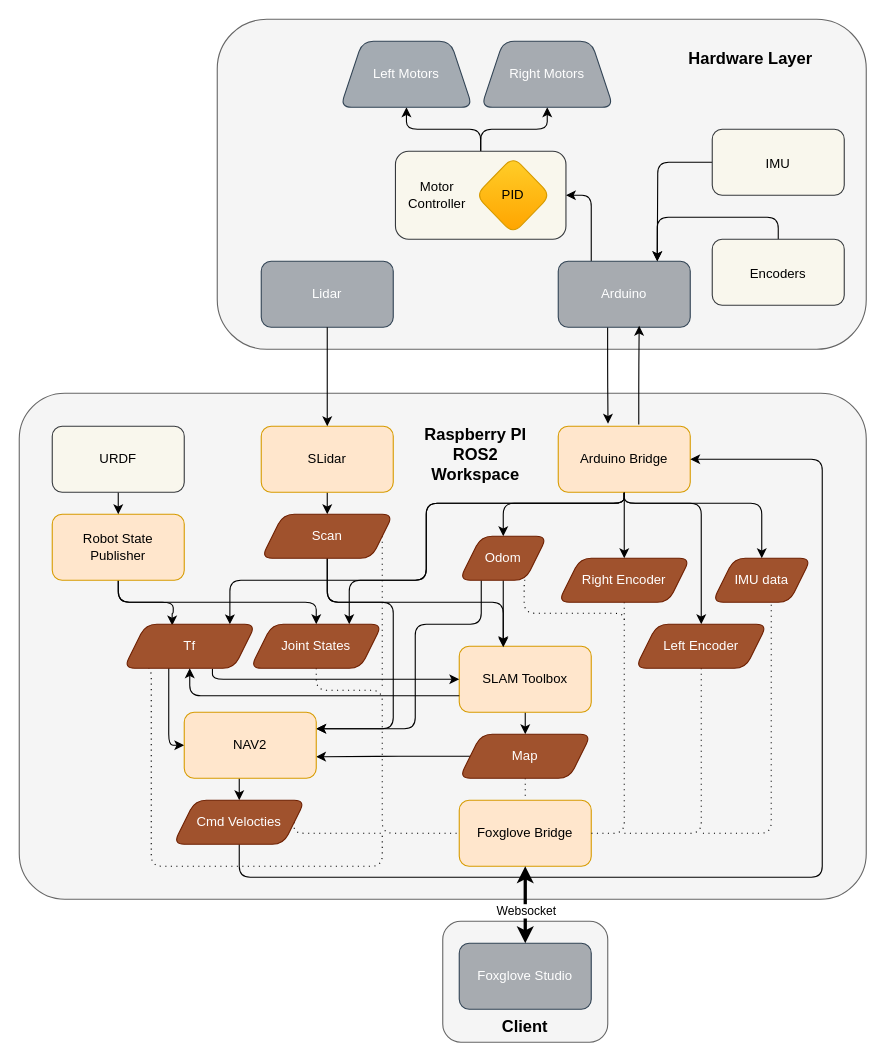
Earlier version of the draw.io diagram ROSworkspaceOverview.drawio (Gab1575/MREN203_Group9). Source tidied: cells renumbered, new cells numbered last; positions are measured from the earlier drawing's top-left corner, leaving out a move shared by most shapes. Both pictures are drawn from the tidied source at 110%, with x=0, y=0 at pixel (19, 19).
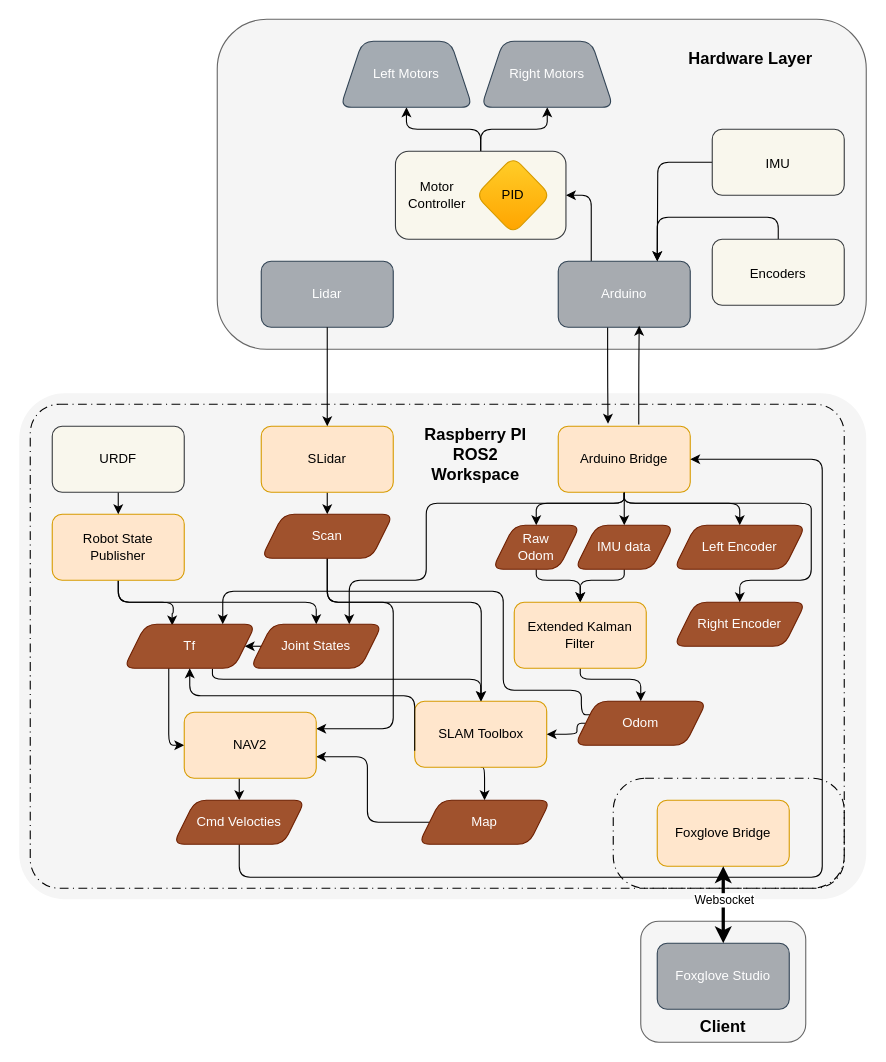
Above is the later version.

Unchanged cells that the change refers to:
```xml
<mxCell id="16" value="Arduino Bridge" style="rounded=1;whiteSpace=wrap;html=1;fillColor=#ffe6cc;strokeColor=#d79b00;" parent="1" vertex="1">
  <mxGeometry x="490" y="370" width="120" height="60" as="geometry" />
</mxCell>
<mxCell id="34" value="Joint States" style="shape=parallelogram;perimeter=parallelogramPerimeter;whiteSpace=wrap;html=1;fixedSize=1;fillColor=#a0522d;fontColor=#ffffff;strokeColor=#6D1F00;rounded=1;" parent="1" vertex="1">
  <mxGeometry x="210" y="550" width="120" height="40" as="geometry" />
</mxCell>
<mxCell id="41" value="Tf" style="shape=parallelogram;perimeter=parallelogramPerimeter;whiteSpace=wrap;html=1;fixedSize=1;fillColor=#a0522d;fontColor=#ffffff;strokeColor=#6D1F00;rounded=1;" parent="1" vertex="1">
  <mxGeometry x="95" y="550" width="120" height="40" as="geometry" />
</mxCell>
<mxCell id="45" value="Scan" style="shape=parallelogram;perimeter=parallelogramPerimeter;whiteSpace=wrap;html=1;fixedSize=1;fillColor=#a0522d;fontColor=#ffffff;strokeColor=#6D1F00;rounded=1;" parent="1" vertex="1">
  <mxGeometry x="220" y="450" width="120" height="40" as="geometry" />
</mxCell>
<mxCell id="55" style="edgeStyle=orthogonalEdgeStyle;rounded=1;jettySize=auto;html=1;exitX=0.5;exitY=1;exitDx=0;exitDy=0;strokeWidth=3;startArrow=classic;startFill=1;" parent="1" edge="1" source="22" target="53">
  <mxGeometry relative="1" as="geometry" />
</mxCell>
<mxCell id="70" value="NAV2" style="rounded=1;whiteSpace=wrap;html=1;fillColor=#ffe6cc;strokeColor=#d79b00;" parent="1" vertex="1">
  <mxGeometry x="150" y="630" width="120" height="60" as="geometry" />
</mxCell>
<mxCell id="73" value="Cmd Velocties" style="shape=parallelogram;perimeter=parallelogramPerimeter;whiteSpace=wrap;html=1;fixedSize=1;fillColor=#a0522d;fontColor=#ffffff;strokeColor=#6D1F00;rounded=1;" parent="1" vertex="1">
  <mxGeometry x="140" y="710" width="120" height="40" as="geometry" />
</mxCell>
```

The edit, as a diff of the source:
```diff
@@
-    <mxCell id="2" style="rounded=1;whiteSpace=wrap;html=1;fillColor=#f5f5f5;fontColor=#333333;strokeColor=#666666;arcSize=9;" parent="1" vertex="1">
+    <mxCell id="2" style="rounded=1;whiteSpace=wrap;html=1;fillColor=#f5f5f5;fontColor=#333333;strokeColor=none;arcSize=9;" parent="1" vertex="1">
       <mxGeometry y="340" width="770" height="460" as="geometry" />
     </mxCell>
@@
     <mxCell id="10" style="edgeStyle=orthogonalEdgeStyle;rounded=1;jettySize=auto;html=1;exitX=0.5;exitY=1;exitDx=0;exitDy=0;entryX=0.5;entryY=0;entryDx=0;entryDy=0;" parent="1" edge="1" source="16" target="26">
       <mxGeometry x="-0.12" y="20" relative="1" as="geometry">
         <Array as="points">
           <mxPoint x="550" y="440" />
-          <mxPoint x="440" y="440" />
+          <mxPoint x="470" y="440" />
         </Array>
       </mxGeometry>
     </mxCell>
     <mxCell id="11" style="edgeStyle=orthogonalEdgeStyle;rounded=1;jettySize=auto;html=1;exitX=0.5;exitY=1;exitDx=0;exitDy=0;entryX=0.5;entryY=0;entryDx=0;entryDy=0;" parent="1" edge="1" source="16" target="30">
       <mxGeometry relative="1" as="geometry">
         <Array as="points">
           <mxPoint x="550" y="440" />
-          <mxPoint x="620" y="440" />
+          <mxPoint x="655" y="440" />
         </Array>
       </mxGeometry>
     </mxCell>
     <mxCell id="12" style="edgeStyle=orthogonalEdgeStyle;rounded=1;jettySize=auto;html=1;exitX=0.5;exitY=1;exitDx=0;exitDy=0;entryX=0.5;entryY=0;entryDx=0;entryDy=0;" parent="1" edge="1" source="16" target="32">
       <mxGeometry relative="1" as="geometry">
         <Array as="points">
-          <mxPoint x="550" y="440" />
-          <mxPoint x="675" y="440" />
+          <mxPoint x="550" y="460" />
         </Array>
       </mxGeometry>
     </mxCell>
@@
-    <mxCell id="14" style="edgeStyle=orthogonalEdgeStyle;rounded=1;jettySize=auto;html=1;exitX=0.5;exitY=1;exitDx=0;exitDy=0;entryX=0.804;entryY=0.002;entryDx=0;entryDy=0;entryPerimeter=0;" parent="1" edge="1" source="16" target="41">
-      <mxGeometry relative="1" as="geometry">
-        <Array as="points">
-          <mxPoint x="550" y="440" />
-          <mxPoint x="370" y="440" />
-          <mxPoint x="370" y="510" />
-          <mxPoint x="192" y="510" />
-        </Array>
-      </mxGeometry>
-    </mxCell>
@@
     <mxCell id="17" style="edgeStyle=orthogonalEdgeStyle;rounded=1;jettySize=auto;html=1;exitX=0.5;exitY=1;exitDx=0;exitDy=0;" parent="1" edge="1" source="18" target="37">
-      <mxGeometry relative="1" as="geometry" />
+      <mxGeometry relative="1" as="geometry">
+        <Array as="points">
+          <mxPoint x="423" y="680" />
+        </Array>
+      </mxGeometry>
     </mxCell>
     <mxCell id="18" value="SLAM Toolbox" style="rounded=1;whiteSpace=wrap;html=1;fillColor=#ffe6cc;strokeColor=#d79b00;" parent="1" vertex="1">
-      <mxGeometry x="400" y="570" width="120" height="60" as="geometry" />
+      <mxGeometry x="359.5" y="620" width="120" height="60" as="geometry" />
     </mxCell>
@@
     <mxCell id="22" value="Foxglove Bridge" style="rounded=1;whiteSpace=wrap;html=1;fillColor=#ffe6cc;strokeColor=#d79b00;" parent="1" vertex="1">
-      <mxGeometry x="400" y="710" width="120" height="60" as="geometry" />
+      <mxGeometry x="580" y="710" width="120" height="60" as="geometry" />
     </mxCell>
-    <mxCell id="23" style="edgeStyle=orthogonalEdgeStyle;rounded=1;jettySize=auto;html=1;exitX=0.5;exitY=1;exitDx=0;exitDy=0;" parent="1" edge="1" source="26">
-      <mxGeometry relative="1" as="geometry">
-        <mxPoint x="440" y="571" as="targetPoint" />
-        <Array as="points">
-          <mxPoint x="440" y="540" />
-          <mxPoint x="440" y="540" />
-        </Array>
-      </mxGeometry>
-    </mxCell>
-    <mxCell id="24" style="edgeStyle=orthogonalEdgeStyle;rounded=1;jettySize=auto;html=1;exitX=0.75;exitY=1;exitDx=0;exitDy=0;dashed=1;dashPattern=1 4;endArrow=none;endFill=0;" parent="1" edge="1" source="26">
-      <mxGeometry relative="1" as="geometry">
-        <mxPoint x="550" y="550" as="targetPoint" />
-        <Array as="points">
-          <mxPoint x="459" y="510" />
-          <mxPoint x="459" y="540" />
-          <mxPoint x="550" y="540" />
-        </Array>
-      </mxGeometry>
-    </mxCell>
-    <mxCell id="25" style="edgeStyle=orthogonalEdgeStyle;rounded=1;jettySize=auto;html=1;entryX=1;entryY=0.25;entryDx=0;entryDy=0;" parent="1" edge="1" target="70">
-      <mxGeometry relative="1" as="geometry">
-        <mxPoint x="420" y="510" as="sourcePoint" />
-        <Array as="points">
-          <mxPoint x="420" y="510" />
-          <mxPoint x="420" y="550" />
-          <mxPoint x="360" y="550" />
-          <mxPoint x="360" y="645" />
-        </Array>
-      </mxGeometry>
-    </mxCell>
+    <mxCell id="74" style="edgeStyle=orthogonalEdgeStyle;rounded=1;jettySize=auto;html=1;exitX=0.5;exitY=1;exitDx=0;exitDy=0;entryX=0.5;entryY=0;entryDx=0;entryDy=0;curved=0;" parent="1" edge="1" source="26" target="78">
+      <mxGeometry relative="1" as="geometry">
+        <Array as="points">
+          <mxPoint x="470" y="510" />
+          <mxPoint x="510" y="510" />
+        </Array>
+      </mxGeometry>
+    </mxCell>
-    <mxCell id="26" value="Odom" style="shape=parallelogram;perimeter=parallelogramPerimeter;whiteSpace=wrap;html=1;fixedSize=1;fillColor=#a0522d;fontColor=#ffffff;strokeColor=#6D1F00;rounded=1;" parent="1" vertex="1">
-      <mxGeometry x="400" y="470" width="80" height="40" as="geometry" />
+    <mxCell id="26" value="&lt;div&gt;Raw&lt;/div&gt;&lt;div&gt;Odom&lt;/div&gt;" style="shape=parallelogram;perimeter=parallelogramPerimeter;whiteSpace=wrap;html=1;fixedSize=1;fillColor=#a0522d;fontColor=#ffffff;strokeColor=#6D1F00;rounded=1;" parent="1" vertex="1">
+      <mxGeometry x="430" y="460" width="80" height="40" as="geometry" />
     </mxCell>
-    <mxCell id="27" style="edgeStyle=orthogonalEdgeStyle;rounded=1;jettySize=auto;html=1;exitX=0.5;exitY=1;exitDx=0;exitDy=0;entryX=1;entryY=0.5;entryDx=0;entryDy=0;dashed=1;dashPattern=1 4;endArrow=none;endFill=0;" parent="1" edge="1" source="28" target="22">
-      <mxGeometry relative="1" as="geometry">
-        <Array as="points">
-          <mxPoint x="550" y="740" />
-        </Array>
-      </mxGeometry>
-    </mxCell>
     <mxCell id="28" value="Right Encoder" style="shape=parallelogram;perimeter=parallelogramPerimeter;whiteSpace=wrap;html=1;fixedSize=1;fillColor=#a0522d;fontColor=#ffffff;strokeColor=#6D1F00;rounded=1;" parent="1" vertex="1">
-      <mxGeometry x="490" y="490" width="120" height="40" as="geometry" />
+      <mxGeometry x="595" y="530" width="120" height="40" as="geometry" />
     </mxCell>
-    <mxCell id="29" style="edgeStyle=orthogonalEdgeStyle;rounded=1;jettySize=auto;html=1;exitX=0.5;exitY=1;exitDx=0;exitDy=0;dashed=1;dashPattern=1 4;endArrow=none;endFill=0;" parent="1" edge="1" source="30">
-      <mxGeometry relative="1" as="geometry">
-        <mxPoint x="550" y="740" as="targetPoint" />
-        <Array as="points">
-          <mxPoint x="620" y="740" />
-        </Array>
-      </mxGeometry>
-    </mxCell>
     <mxCell id="30" value="Left Encoder" style="shape=parallelogram;perimeter=parallelogramPerimeter;whiteSpace=wrap;html=1;fixedSize=1;fillColor=#a0522d;fontColor=#ffffff;strokeColor=#6D1F00;rounded=1;" parent="1" vertex="1">
-      <mxGeometry x="560" y="550" width="120" height="40" as="geometry" />
+      <mxGeometry x="595" y="460" width="120" height="40" as="geometry" />
     </mxCell>
-    <mxCell id="31" style="edgeStyle=orthogonalEdgeStyle;rounded=1;jettySize=auto;html=1;exitX=0.596;exitY=0.93;exitDx=0;exitDy=0;dashed=1;dashPattern=1 4;exitPerimeter=0;startArrow=none;startFill=0;endArrow=none;endFill=0;" parent="1" edge="1" source="32">
-      <mxGeometry relative="1" as="geometry">
-        <mxPoint x="620" y="740" as="targetPoint" />
-        <Array as="points">
-          <mxPoint x="684" y="740" />
-        </Array>
-      </mxGeometry>
-    </mxCell>
+    <mxCell id="75" style="edgeStyle=orthogonalEdgeStyle;rounded=1;jettySize=auto;html=1;exitX=0.5;exitY=1;exitDx=0;exitDy=0;curved=0;" parent="1" edge="1" source="32">
+      <mxGeometry relative="1" as="geometry">
+        <mxPoint x="510" y="530" as="targetPoint" />
+        <Array as="points">
+          <mxPoint x="550" y="510" />
+          <mxPoint x="510" y="510" />
+        </Array>
+      </mxGeometry>
+    </mxCell>
     <mxCell id="32" value="IMU data" style="shape=parallelogram;perimeter=parallelogramPerimeter;whiteSpace=wrap;html=1;fixedSize=1;fillColor=#a0522d;fontColor=#ffffff;strokeColor=#6D1F00;rounded=1;" parent="1" vertex="1">
-      <mxGeometry x="630" y="490" width="90" height="40" as="geometry" />
+      <mxGeometry x="505" y="460" width="90" height="40" as="geometry" />
     </mxCell>
-    <mxCell id="33" style="edgeStyle=orthogonalEdgeStyle;rounded=1;jettySize=auto;html=1;exitX=0.5;exitY=1;exitDx=0;exitDy=0;entryX=0;entryY=0.5;entryDx=0;entryDy=0;dashed=1;dashPattern=1 4;endArrow=none;endFill=0;" parent="1" edge="1" source="34" target="22">
-      <mxGeometry relative="1" as="geometry">
-        <Array as="points">
-          <mxPoint x="270" y="610" />
-          <mxPoint x="330" y="610" />
-          <mxPoint x="330" y="740" />
-        </Array>
-      </mxGeometry>
-    </mxCell>
+    <mxCell id="76" style="edgeStyle=orthogonalEdgeStyle;rounded=0;jettySize=auto;html=1;exitX=0;exitY=0.5;exitDx=0;exitDy=0;entryX=1;entryY=0.5;entryDx=0;entryDy=0;" parent="1" edge="1" source="34" target="41">
+      <mxGeometry relative="1" as="geometry" />
+    </mxCell>
@@
-    <mxCell id="35" style="edgeStyle=orthogonalEdgeStyle;rounded=1;jettySize=auto;html=1;exitX=0.5;exitY=1;exitDx=0;exitDy=0;entryX=0.5;entryY=0;entryDx=0;entryDy=0;dashed=1;dashPattern=1 4;endArrow=none;endFill=0;" parent="1" edge="1" source="37" target="22">
-      <mxGeometry relative="1" as="geometry" />
-    </mxCell>
@@
-    <mxCell id="37" value="Map" style="shape=parallelogram;perimeter=parallelogramPerimeter;whiteSpace=wrap;html=1;fixedSize=1;fillColor=#a0522d;fontColor=#ffffff;strokeColor=#6D1F00;rounded=1;" parent="1" vertex="1">
-      <mxGeometry x="400" y="650" width="120" height="40" as="geometry" />
-    </mxCell>
@@
-    <mxCell id="39" style="edgeStyle=orthogonalEdgeStyle;rounded=1;jettySize=auto;html=1;exitX=0.147;exitY=0.978;exitDx=0;exitDy=0;dashed=1;dashPattern=1 4;exitPerimeter=0;endArrow=none;endFill=0;" parent="1" edge="1" source="41">
-      <mxGeometry relative="1" as="geometry">
-        <mxPoint x="330" y="740" as="targetPoint" />
-        <Array as="points">
-          <mxPoint x="120" y="589" />
-          <mxPoint x="120" y="770" />
-          <mxPoint x="330" y="770" />
-          <mxPoint x="330" y="740" />
-        </Array>
-      </mxGeometry>
-    </mxCell>
@@
     <mxCell id="42" style="edgeStyle=orthogonalEdgeStyle;rounded=1;jettySize=auto;html=1;exitX=0.5;exitY=1;exitDx=0;exitDy=0;" parent="1" edge="1" source="45">
       <mxGeometry relative="1" as="geometry">
-        <mxPoint x="440" y="570" as="targetPoint" />
+        <mxPoint x="420" y="620" as="targetPoint" />
         <Array as="points">
           <mxPoint x="280" y="530" />
-          <mxPoint x="440" y="530" />
-          <mxPoint x="440" y="570" />
+          <mxPoint x="420" y="530" />
         </Array>
       </mxGeometry>
     </mxCell>
-    <mxCell id="43" style="edgeStyle=orthogonalEdgeStyle;rounded=1;jettySize=auto;html=1;exitX=1;exitY=0.5;exitDx=0;exitDy=0;dashed=1;dashPattern=1 4;endArrow=none;endFill=0;" parent="1" edge="1" source="45">
-      <mxGeometry relative="1" as="geometry">
-        <mxPoint x="330" y="610" as="targetPoint" />
-      </mxGeometry>
-    </mxCell>
@@
     <mxCell id="48" style="endArrow=classic;html=1;rounded=1;exitX=0.5;exitY=1;exitDx=0;exitDy=0;entryX=0.5;entryY=0;entryDx=0;entryDy=0;" parent="1" edge="1" source="16" target="28">
-      <mxGeometry relative="1" as="geometry" />
+      <mxGeometry relative="1" as="geometry">
+        <Array as="points">
+          <mxPoint x="550" y="440" />
+          <mxPoint x="640" y="440" />
+          <mxPoint x="720" y="440" />
+          <mxPoint x="720" y="450" />
+          <mxPoint x="720" y="510" />
+          <mxPoint x="655" y="510" />
+        </Array>
+      </mxGeometry>
     </mxCell>
@@
     <mxCell id="52" style="rounded=1;whiteSpace=wrap;html=1;fillColor=#f5f5f5;fontColor=#333333;strokeColor=#666666;" parent="1" vertex="1">
-      <mxGeometry x="385" y="820" width="150" height="110" as="geometry" />
+      <mxGeometry x="565" y="820" width="150" height="110" as="geometry" />
     </mxCell>
     <mxCell id="53" value="Foxglove Studio" style="rounded=1;whiteSpace=wrap;html=1;fillColor=light-dark(#a7abb0, #7d8c9b);strokeColor=#314354;fontColor=#ffffff;" parent="1" vertex="1">
-      <mxGeometry x="400" y="840" width="120" height="60" as="geometry" />
+      <mxGeometry x="580" y="840" width="120" height="60" as="geometry" />
     </mxCell>
     <mxCell id="54" value="&lt;b&gt;&lt;font style=&quot;font-size: 15px;&quot;&gt;Client&lt;/font&gt;&lt;/b&gt;" style="text;html=1;whiteSpace=wrap;strokeColor=none;fillColor=none;align=center;verticalAlign=middle;rounded=1;" parent="1" vertex="1">
-      <mxGeometry x="400" y="900" width="120" height="30" as="geometry" />
+      <mxGeometry x="580" y="900" width="120" height="30" as="geometry" />
     </mxCell>
@@
     <mxCell id="56" value="Websocket" style="edgeLabel;html=1;align=center;verticalAlign=middle;rounded=1;" parent="55" vertex="1">
       <mxGeometry x="-0.04" relative="1" as="geometry">
-        <mxPoint y="6" as="offset" />
+        <mxPoint y="-4" as="offset" />
       </mxGeometry>
     </mxCell>
@@
-    <mxCell id="71" style="edgeStyle=orthogonalEdgeStyle;rounded=1;jettySize=auto;html=1;exitX=1;exitY=0.5;exitDx=0;exitDy=0;dashed=1;dashPattern=1 4;endArrow=none;endFill=0;" parent="1" edge="1" source="73">
-      <mxGeometry relative="1" as="geometry">
-        <mxPoint x="330" y="740" as="targetPoint" />
-        <Array as="points">
-          <mxPoint x="250" y="740" />
-        </Array>
-      </mxGeometry>
-    </mxCell>
@@
+    <mxCell id="77" style="rounded=1;jettySize=auto;html=1;exitX=0.5;exitY=1;exitDx=0;exitDy=0;entryX=0.5;entryY=0;entryDx=0;entryDy=0;edgeStyle=orthogonalEdgeStyle;curved=0;" parent="1" edge="1" source="78" target="82">
+      <mxGeometry relative="1" as="geometry">
+        <Array as="points">
+          <mxPoint x="510" y="600" />
+          <mxPoint x="565" y="600" />
+        </Array>
+      </mxGeometry>
+    </mxCell>
+    <mxCell id="78" value="Extended Kalman Filter" style="rounded=1;whiteSpace=wrap;html=1;fillColor=#ffe6cc;strokeColor=#d79b00;" parent="1" vertex="1">
+      <mxGeometry x="450" y="530" width="120" height="60" as="geometry" />
+    </mxCell>
+    <mxCell id="37" value="Map" style="shape=parallelogram;perimeter=parallelogramPerimeter;whiteSpace=wrap;html=1;fixedSize=1;fillColor=#a0522d;fontColor=#ffffff;strokeColor=#6D1F00;rounded=1;" parent="1" vertex="1">
+      <mxGeometry x="363" y="710" width="120" height="40" as="geometry" />
+    </mxCell>
+    <mxCell id="79" style="rounded=1;whiteSpace=wrap;html=1;fillColor=none;dashed=1;dashPattern=8 4 1 4;arcSize=6;" parent="1" vertex="1">
+      <mxGeometry x="10" y="350" width="740" height="440" as="geometry" />
+    </mxCell>
+    <mxCell id="80" style="edgeStyle=orthogonalEdgeStyle;rounded=1;jettySize=auto;html=1;exitX=0;exitY=0.25;exitDx=0;exitDy=0;entryX=0.75;entryY=0;entryDx=0;entryDy=0;curved=0;" parent="1" edge="1" source="82" target="41">
+      <mxGeometry relative="1" as="geometry">
+        <Array as="points">
+          <mxPoint x="511" y="610" />
+          <mxPoint x="440" y="610" />
+          <mxPoint x="440" y="520" />
+          <mxPoint x="185" y="520" />
+        </Array>
+      </mxGeometry>
+    </mxCell>
+    <mxCell id="81" style="edgeStyle=orthogonalEdgeStyle;rounded=1;jettySize=auto;html=1;exitX=0;exitY=0.5;exitDx=0;exitDy=0;entryX=1;entryY=0.5;entryDx=0;entryDy=0;curved=0;" parent="1" edge="1" source="82" target="18">
+      <mxGeometry relative="1" as="geometry">
+        <Array as="points">
+          <mxPoint x="507" y="650" />
+        </Array>
+      </mxGeometry>
+    </mxCell>
+    <mxCell id="82" value="&lt;div&gt;Odom&lt;/div&gt;" style="shape=parallelogram;perimeter=parallelogramPerimeter;whiteSpace=wrap;html=1;fixedSize=1;fillColor=#a0522d;fontColor=#ffffff;strokeColor=#6D1F00;rounded=1;" parent="1" vertex="1">
+      <mxGeometry x="505" y="620" width="120" height="40" as="geometry" />
+    </mxCell>
+    <mxCell id="83" style="rounded=1;whiteSpace=wrap;html=1;fillColor=none;dashed=1;dashPattern=8 4 1 4;arcSize=29;" parent="1" vertex="1">
+      <mxGeometry x="540" y="690" width="210" height="100" as="geometry" />
+    </mxCell>
```
